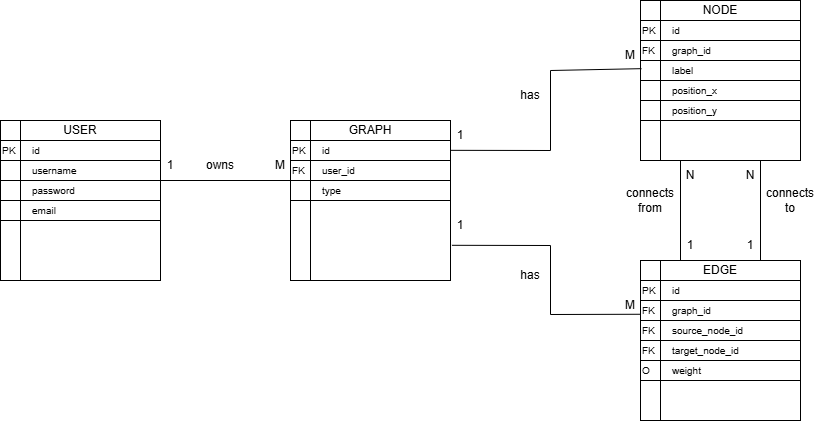
Before: docs/diagrame/Database.png, a diagram exported from draw.io (MituIustin/Advanced-Graph-Visualizer). Source tidied: cells renumbered, new cells last; positions are measured from the earlier drawing's top-left corner, leaving out a move shared by most shapes.
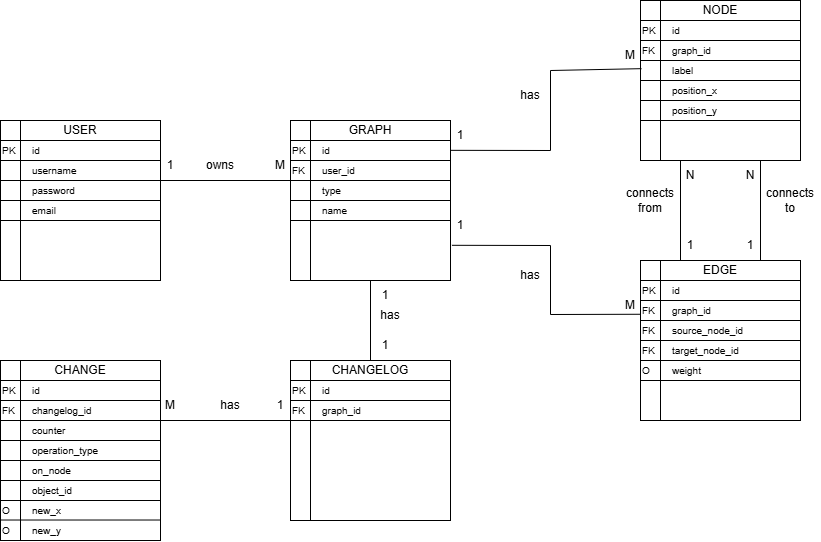
The same file after the commit.

Commit message:
modified database diagram

Diff of the diagram source:
```diff
@@ -276,5 +276,146 @@
     <mxCell id="73" value="connects to" style="text;html=1;whiteSpace=wrap;strokeColor=none;fillColor=none;align=center;verticalAlign=middle;rounded=0;" parent="1" vertex="1">
       <mxGeometry x="760" y="185" width="60" height="30" as="geometry" />
     </mxCell>
+    <mxCell id="74" value="&lt;span style=&quot;font-size: 10px;&quot;&gt;name&lt;/span&gt;" style="text;html=1;whiteSpace=wrap;strokeColor=none;fillColor=none;align=left;verticalAlign=middle;rounded=0;" parent="1" vertex="1">
+      <mxGeometry x="320" y="200" width="130" height="20" as="geometry" />
+    </mxCell>
+    <mxCell id="75" style="endArrow=none;html=1;rounded=0;exitX=0;exitY=0.25;exitDx=0;exitDy=0;entryX=1;entryY=0;entryDx=0;entryDy=0;" parent="1" edge="1">
+      <mxGeometry relative="1" as="geometry">
+        <mxPoint x="290" y="220" as="sourcePoint" />
+        <mxPoint x="450" y="220" as="targetPoint" />
+      </mxGeometry>
+    </mxCell>
+    <mxCell id="76" style="shape=internalStorage;whiteSpace=wrap;html=1;backgroundOutline=1;" parent="1" vertex="1">
+      <mxGeometry x="290" y="360" width="160" height="160" as="geometry" />
+    </mxCell>
+    <mxCell id="77" value="CHANGELOG" style="text;html=1;whiteSpace=wrap;strokeColor=none;fillColor=none;align=center;verticalAlign=middle;rounded=0;" parent="1" vertex="1">
+      <mxGeometry x="345" y="360" width="50" height="20" as="geometry" />
+    </mxCell>
+    <mxCell id="78" value="&lt;span style=&quot;font-size: 10px;&quot;&gt;id&lt;/span&gt;" style="text;html=1;whiteSpace=wrap;strokeColor=none;fillColor=none;align=left;verticalAlign=middle;rounded=0;" parent="1" vertex="1">
+      <mxGeometry x="320" y="380" width="130" height="20" as="geometry" />
+    </mxCell>
+    <mxCell id="79" value="&lt;span style=&quot;font-size: 10px;&quot;&gt;graph_id&lt;/span&gt;" style="text;html=1;whiteSpace=wrap;strokeColor=none;fillColor=none;align=left;verticalAlign=middle;rounded=0;" parent="1" vertex="1">
+      <mxGeometry x="320" y="400" width="130" height="20" as="geometry" />
+    </mxCell>
+    <mxCell id="80" style="endArrow=none;html=1;rounded=0;exitX=0;exitY=0.25;exitDx=0;exitDy=0;entryX=1;entryY=0;entryDx=0;entryDy=0;" parent="1" edge="1" source="76" target="79">
+      <mxGeometry relative="1" as="geometry" />
+    </mxCell>
+    <mxCell id="81" style="endArrow=none;html=1;rounded=0;exitX=0;exitY=0.25;exitDx=0;exitDy=0;entryX=1;entryY=0;entryDx=0;entryDy=0;" parent="1" edge="1">
+      <mxGeometry relative="1" as="geometry">
+        <mxPoint x="290" y="420" as="sourcePoint" />
+        <mxPoint x="450" y="420" as="targetPoint" />
+      </mxGeometry>
+    </mxCell>
+    <mxCell id="82" value="&lt;span style=&quot;font-size: 10px;&quot;&gt;PK&lt;/span&gt;" style="text;html=1;whiteSpace=wrap;strokeColor=none;fillColor=none;align=left;verticalAlign=middle;rounded=0;" parent="1" vertex="1">
+      <mxGeometry x="290" y="380" width="20" height="20" as="geometry" />
+    </mxCell>
+    <mxCell id="83" value="&lt;span style=&quot;font-size: 10px;&quot;&gt;FK&lt;/span&gt;" style="text;html=1;whiteSpace=wrap;strokeColor=none;fillColor=none;align=left;verticalAlign=middle;rounded=0;" parent="1" vertex="1">
+      <mxGeometry x="290" y="400" width="20" height="20" as="geometry" />
+    </mxCell>
+    <mxCell id="84" style="endArrow=none;html=1;rounded=0;exitX=0.5;exitY=0;exitDx=0;exitDy=0;entryX=0.5;entryY=1;entryDx=0;entryDy=0;" parent="1" edge="1" source="77" target="12">
+      <mxGeometry relative="1" as="geometry" />
+    </mxCell>
+    <mxCell id="85" value="1" style="text;html=1;whiteSpace=wrap;strokeColor=none;fillColor=none;align=center;verticalAlign=middle;rounded=0;" parent="1" vertex="1">
+      <mxGeometry x="375" y="280" width="20" height="30" as="geometry" />
+    </mxCell>
+    <mxCell id="86" value="1" style="text;html=1;whiteSpace=wrap;strokeColor=none;fillColor=none;align=center;verticalAlign=middle;rounded=0;" parent="1" vertex="1">
+      <mxGeometry x="375" y="330" width="20" height="30" as="geometry" />
+    </mxCell>
+    <mxCell id="87" style="shape=internalStorage;whiteSpace=wrap;html=1;backgroundOutline=1;" parent="1" vertex="1">
+      <mxGeometry y="360" width="160" height="180" as="geometry" />
+    </mxCell>
+    <mxCell id="88" value="CHANGE" style="text;html=1;whiteSpace=wrap;strokeColor=none;fillColor=none;align=center;verticalAlign=middle;rounded=0;" parent="1" vertex="1">
+      <mxGeometry x="55" y="360" width="50" height="20" as="geometry" />
+    </mxCell>
+    <mxCell id="89" value="&lt;span style=&quot;font-size: 10px;&quot;&gt;id&lt;/span&gt;" style="text;html=1;whiteSpace=wrap;strokeColor=none;fillColor=none;align=left;verticalAlign=middle;rounded=0;" parent="1" vertex="1">
+      <mxGeometry x="30" y="380" width="130" height="20" as="geometry" />
+    </mxCell>
+    <mxCell id="90" value="&lt;span style=&quot;font-size: 10px;&quot;&gt;changelog_id&lt;/span&gt;" style="text;html=1;whiteSpace=wrap;strokeColor=none;fillColor=none;align=left;verticalAlign=middle;rounded=0;" parent="1" vertex="1">
+      <mxGeometry x="30" y="400" width="130" height="20" as="geometry" />
+    </mxCell>
+    <mxCell id="91" value="&lt;span style=&quot;font-size: 10px;&quot;&gt;counter&lt;/span&gt;" style="text;html=1;whiteSpace=wrap;strokeColor=none;fillColor=none;align=left;verticalAlign=middle;rounded=0;" parent="1" vertex="1">
+      <mxGeometry x="30" y="420" width="130" height="20" as="geometry" />
+    </mxCell>
+    <mxCell id="92" style="endArrow=none;html=1;rounded=0;exitX=0;exitY=0;exitDx=0;exitDy=0;entryX=1;entryY=0;entryDx=0;entryDy=0;" parent="1" edge="1" source="96" target="90">
+      <mxGeometry relative="1" as="geometry" />
+    </mxCell>
+    <mxCell id="93" style="endArrow=none;html=1;rounded=0;exitX=0;exitY=0.25;exitDx=0;exitDy=0;entryX=1;entryY=0;entryDx=0;entryDy=0;" parent="1" edge="1">
+      <mxGeometry relative="1" as="geometry">
+        <mxPoint y="420" as="sourcePoint" />
+        <mxPoint x="160" y="420" as="targetPoint" />
+      </mxGeometry>
+    </mxCell>
+    <mxCell id="94" style="endArrow=none;html=1;rounded=0;exitX=0;exitY=0.25;exitDx=0;exitDy=0;entryX=1;entryY=0;entryDx=0;entryDy=0;" parent="1" edge="1">
+      <mxGeometry relative="1" as="geometry">
+        <mxPoint y="440" as="sourcePoint" />
+        <mxPoint x="160" y="440" as="targetPoint" />
+      </mxGeometry>
+    </mxCell>
+    <mxCell id="95" value="&lt;span style=&quot;font-size: 10px;&quot;&gt;PK&lt;/span&gt;" style="text;html=1;whiteSpace=wrap;strokeColor=none;fillColor=none;align=left;verticalAlign=middle;rounded=0;" parent="1" vertex="1">
+      <mxGeometry y="380" width="20" height="20" as="geometry" />
+    </mxCell>
+    <mxCell id="96" value="&lt;span style=&quot;font-size: 10px;&quot;&gt;FK&lt;/span&gt;" style="text;html=1;whiteSpace=wrap;strokeColor=none;fillColor=none;align=left;verticalAlign=middle;rounded=0;" parent="1" vertex="1">
+      <mxGeometry y="400" width="20" height="20" as="geometry" />
+    </mxCell>
+    <mxCell id="97" value="&lt;span style=&quot;font-size: 10px;&quot;&gt;operation_type&lt;/span&gt;" style="text;html=1;whiteSpace=wrap;strokeColor=none;fillColor=none;align=left;verticalAlign=middle;rounded=0;" parent="1" vertex="1">
+      <mxGeometry x="30" y="440" width="130" height="20" as="geometry" />
+    </mxCell>
+    <mxCell id="98" style="endArrow=none;html=1;rounded=0;exitX=0;exitY=0.25;exitDx=0;exitDy=0;entryX=1;entryY=0;entryDx=0;entryDy=0;" parent="1" edge="1">
+      <mxGeometry relative="1" as="geometry">
+        <mxPoint y="460" as="sourcePoint" />
+        <mxPoint x="160" y="460" as="targetPoint" />
+      </mxGeometry>
+    </mxCell>
+    <mxCell id="99" style="endArrow=none;html=1;rounded=0;entryX=1;entryY=1;entryDx=0;entryDy=0;exitX=0;exitY=1;exitDx=0;exitDy=0;" parent="1" edge="1" source="83" target="90">
+      <mxGeometry relative="1" as="geometry" />
+    </mxCell>
+    <mxCell id="100" value="1" style="text;html=1;whiteSpace=wrap;strokeColor=none;fillColor=none;align=center;verticalAlign=middle;rounded=0;" parent="1" vertex="1">
+      <mxGeometry x="270" y="390" width="20" height="30" as="geometry" />
+    </mxCell>
+    <mxCell id="101" value="M" style="text;html=1;whiteSpace=wrap;strokeColor=none;fillColor=none;align=center;verticalAlign=middle;rounded=0;" parent="1" vertex="1">
+      <mxGeometry x="160" y="390" width="20" height="30" as="geometry" />
+    </mxCell>
+    <mxCell id="102" value="&lt;span style=&quot;font-size: 10px;&quot;&gt;on_node&lt;/span&gt;" style="text;html=1;whiteSpace=wrap;strokeColor=none;fillColor=none;align=left;verticalAlign=middle;rounded=0;" parent="1" vertex="1">
+      <mxGeometry x="30" y="460" width="130" height="20" as="geometry" />
+    </mxCell>
+    <mxCell id="103" style="endArrow=none;html=1;rounded=0;exitX=0;exitY=0.25;exitDx=0;exitDy=0;entryX=1;entryY=0;entryDx=0;entryDy=0;" parent="1" edge="1">
+      <mxGeometry relative="1" as="geometry">
+        <mxPoint y="480" as="sourcePoint" />
+        <mxPoint x="160" y="480" as="targetPoint" />
+      </mxGeometry>
+    </mxCell>
+    <mxCell id="104" value="&lt;span style=&quot;font-size: 10px;&quot;&gt;object_id&lt;/span&gt;" style="text;html=1;whiteSpace=wrap;strokeColor=none;fillColor=none;align=left;verticalAlign=middle;rounded=0;" parent="1" vertex="1">
+      <mxGeometry x="30" y="480" width="130" height="20" as="geometry" />
+    </mxCell>
+    <mxCell id="105" style="endArrow=none;html=1;rounded=0;exitX=0;exitY=0.25;exitDx=0;exitDy=0;entryX=1;entryY=0;entryDx=0;entryDy=0;" parent="1" edge="1">
+      <mxGeometry relative="1" as="geometry">
+        <mxPoint y="500" as="sourcePoint" />
+        <mxPoint x="160" y="500" as="targetPoint" />
+      </mxGeometry>
+    </mxCell>
+    <mxCell id="106" value="&lt;span style=&quot;font-size: 10px;&quot;&gt;new_x&lt;/span&gt;" style="text;html=1;whiteSpace=wrap;strokeColor=none;fillColor=none;align=left;verticalAlign=middle;rounded=0;" parent="1" vertex="1">
+      <mxGeometry x="30" y="500" width="130" height="20" as="geometry" />
+    </mxCell>
+    <mxCell id="107" style="endArrow=none;html=1;rounded=0;exitX=0;exitY=0.25;exitDx=0;exitDy=0;entryX=1;entryY=0;entryDx=0;entryDy=0;" parent="1" edge="1">
+      <mxGeometry relative="1" as="geometry">
+        <mxPoint y="519.5" as="sourcePoint" />
+        <mxPoint x="160" y="519.5" as="targetPoint" />
+      </mxGeometry>
+    </mxCell>
+    <mxCell id="108" value="&lt;span style=&quot;font-size: 10px;&quot;&gt;new_y&lt;/span&gt;" style="text;html=1;whiteSpace=wrap;strokeColor=none;fillColor=none;align=left;verticalAlign=middle;rounded=0;" parent="1" vertex="1">
+      <mxGeometry x="30" y="520" width="130" height="20" as="geometry" />
+    </mxCell>
+    <mxCell id="109" value="&lt;span style=&quot;font-size: 10px;&quot;&gt;O&lt;/span&gt;" style="text;html=1;whiteSpace=wrap;strokeColor=none;fillColor=none;align=left;verticalAlign=middle;rounded=0;" parent="1" vertex="1">
+      <mxGeometry y="500" width="20" height="20" as="geometry" />
+    </mxCell>
+    <mxCell id="110" value="&lt;span style=&quot;font-size: 10px;&quot;&gt;O&lt;/span&gt;" style="text;html=1;whiteSpace=wrap;strokeColor=none;fillColor=none;align=left;verticalAlign=middle;rounded=0;" parent="1" vertex="1">
+      <mxGeometry y="520" width="20" height="20" as="geometry" />
+    </mxCell>
+    <mxCell id="111" value="has" style="text;html=1;whiteSpace=wrap;strokeColor=none;fillColor=none;align=center;verticalAlign=middle;rounded=0;" parent="1" vertex="1">
+      <mxGeometry x="360" y="300" width="60" height="30" as="geometry" />
+    </mxCell>
+    <mxCell id="112" value="has" style="text;html=1;whiteSpace=wrap;strokeColor=none;fillColor=none;align=center;verticalAlign=middle;rounded=0;" parent="1" vertex="1">
+      <mxGeometry x="200" y="390" width="60" height="30" as="geometry" />
+    </mxCell>
   </root>
 </mxGraphModel>
```
